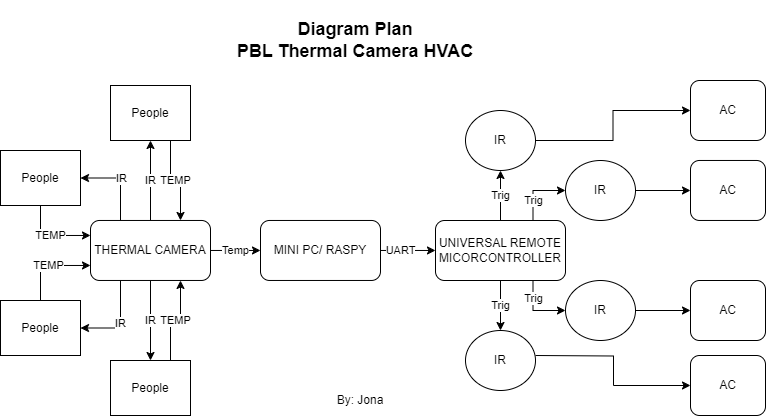
The draw.io diagram doc/img/diagram_plan.png in robotjaol/thermal_cam_HVAC, before a commit. Source tidied: cells renumbered, new cells last; positions are measured from the earlier drawing's top-left corner, leaving out a move shared by most shapes. Its diagram source:
```xml
<mxGraphModel>
  <root>
    <mxCell id="0" />
    <mxCell id="1" parent="0" />
    <mxCell id="2" value="Temp" style="edgeStyle=orthogonalEdgeStyle;rounded=0;jettySize=auto;html=1;" parent="1" edge="1" source="7" target="9">
      <mxGeometry relative="1" as="geometry" />
    </mxCell>
    <mxCell id="3" value="IR" style="edgeStyle=orthogonalEdgeStyle;rounded=0;jettySize=auto;html=1;exitX=0.5;exitY=0;exitDx=0;exitDy=0;" parent="1" edge="1" source="7" target="33">
      <mxGeometry relative="1" as="geometry" />
    </mxCell>
    <mxCell id="4" value="IR" style="edgeStyle=orthogonalEdgeStyle;rounded=0;jettySize=auto;html=1;exitX=0.25;exitY=0;exitDx=0;exitDy=0;entryX=1;entryY=0.5;entryDx=0;entryDy=0;" parent="1" edge="1" source="7" target="35">
      <mxGeometry relative="1" as="geometry" />
    </mxCell>
    <mxCell id="5" value="IR" style="edgeStyle=orthogonalEdgeStyle;rounded=0;jettySize=auto;html=1;exitX=0.25;exitY=1;exitDx=0;exitDy=0;entryX=1;entryY=0.5;entryDx=0;entryDy=0;" parent="1" edge="1" source="7" target="31">
      <mxGeometry relative="1" as="geometry" />
    </mxCell>
    <mxCell id="6" value="IR" style="edgeStyle=orthogonalEdgeStyle;rounded=0;jettySize=auto;html=1;exitX=0.5;exitY=1;exitDx=0;exitDy=0;entryX=0.5;entryY=0;entryDx=0;entryDy=0;" parent="1" edge="1" source="7" target="29">
      <mxGeometry relative="1" as="geometry" />
    </mxCell>
    <mxCell id="7" value="THERMAL CAMERA" style="rounded=1;whiteSpace=wrap;html=1;" parent="1" vertex="1">
      <mxGeometry x="90" y="220" width="120" height="60" as="geometry" />
    </mxCell>
    <mxCell id="8" value="UART" style="edgeStyle=orthogonalEdgeStyle;rounded=0;jettySize=auto;html=1;" parent="1" edge="1" source="9" target="14">
      <mxGeometry x="-0.27" relative="1" as="geometry" />
    </mxCell>
    <mxCell id="9" value="MINI PC/ RASPY" style="rounded=1;whiteSpace=wrap;html=1;" parent="1" vertex="1">
      <mxGeometry x="260" y="220" width="120" height="60" as="geometry" />
    </mxCell>
    <mxCell id="10" value="Trig" style="edgeStyle=orthogonalEdgeStyle;rounded=0;jettySize=auto;html=1;exitX=0.5;exitY=0;exitDx=0;exitDy=0;" parent="1" edge="1" source="14" target="20">
      <mxGeometry relative="1" as="geometry" />
    </mxCell>
    <mxCell id="11" value="Trig" style="edgeStyle=orthogonalEdgeStyle;rounded=0;jettySize=auto;html=1;exitX=0.5;exitY=1;exitDx=0;exitDy=0;entryX=0.5;entryY=0;entryDx=0;entryDy=0;" parent="1" edge="1" source="14" target="16">
      <mxGeometry relative="1" as="geometry" />
    </mxCell>
    <mxCell id="12" value="Trig" style="edgeStyle=orthogonalEdgeStyle;rounded=0;jettySize=auto;html=1;exitX=0.75;exitY=0;exitDx=0;exitDy=0;entryX=0;entryY=0.5;entryDx=0;entryDy=0;" parent="1" edge="1" source="14" target="24">
      <mxGeometry x="-0.36" relative="1" as="geometry" />
    </mxCell>
    <mxCell id="13" value="Trig" style="edgeStyle=orthogonalEdgeStyle;rounded=0;jettySize=auto;html=1;exitX=0.75;exitY=1;exitDx=0;exitDy=0;entryX=0;entryY=0.5;entryDx=0;entryDy=0;" parent="1" edge="1" source="14" target="18">
      <mxGeometry x="-0.41" relative="1" as="geometry" />
    </mxCell>
    <mxCell id="14" value="UNIVERSAL REMOTE&lt;br&gt;MICORCONTROLLER" style="rounded=1;whiteSpace=wrap;html=1;" parent="1" vertex="1">
      <mxGeometry x="435" y="220" width="130" height="60" as="geometry" />
    </mxCell>
    <mxCell id="15" style="edgeStyle=orthogonalEdgeStyle;rounded=0;jettySize=auto;html=1;exitX=1;exitY=0.5;exitDx=0;exitDy=0;entryX=0;entryY=0.5;entryDx=0;entryDy=0;" parent="1" edge="1" target="25">
      <mxGeometry relative="1" as="geometry">
        <mxPoint x="535" y="355" as="sourcePoint" />
      </mxGeometry>
    </mxCell>
    <mxCell id="16" value="IR" style="ellipse;whiteSpace=wrap;html=1;" parent="1" vertex="1">
      <mxGeometry x="465" y="330" width="70" height="60" as="geometry" />
    </mxCell>
    <mxCell id="17" style="edgeStyle=orthogonalEdgeStyle;rounded=0;jettySize=auto;html=1;exitX=1;exitY=0.5;exitDx=0;exitDy=0;entryX=0;entryY=0.5;entryDx=0;entryDy=0;" parent="1" edge="1" source="18" target="21">
      <mxGeometry relative="1" as="geometry" />
    </mxCell>
    <mxCell id="18" value="IR" style="ellipse;whiteSpace=wrap;html=1;" parent="1" vertex="1">
      <mxGeometry x="565" y="280" width="70" height="60" as="geometry" />
    </mxCell>
    <mxCell id="19" style="edgeStyle=orthogonalEdgeStyle;rounded=0;jettySize=auto;html=1;exitX=1;exitY=0.5;exitDx=0;exitDy=0;entryX=0;entryY=0.5;entryDx=0;entryDy=0;" parent="1" edge="1" source="20" target="26">
      <mxGeometry relative="1" as="geometry" />
    </mxCell>
    <mxCell id="20" value="IR" style="ellipse;whiteSpace=wrap;html=1;" parent="1" vertex="1">
      <mxGeometry x="465" y="110" width="70" height="60" as="geometry" />
    </mxCell>
    <mxCell id="21" value="AC" style="rounded=1;whiteSpace=wrap;html=1;" parent="1" vertex="1">
      <mxGeometry x="690" y="280" width="75" height="60" as="geometry" />
    </mxCell>
    <mxCell id="22" value="&lt;div&gt;&lt;span style=&quot;font-size: 18px;&quot;&gt;&lt;b&gt;Diagram Plan&lt;/b&gt;&lt;/span&gt;&lt;/div&gt;&lt;b&gt;&lt;font style=&quot;font-size: 18px;&quot;&gt;PBL Thermal Camera HVAC&lt;/font&gt;&lt;/b&gt;" style="text;html=1;align=center;verticalAlign=middle;whiteSpace=wrap;rounded=0;" parent="1" vertex="1">
      <mxGeometry x="230" width="250" height="80" as="geometry" />
    </mxCell>
    <mxCell id="23" style="edgeStyle=orthogonalEdgeStyle;rounded=0;jettySize=auto;html=1;exitX=1;exitY=0.5;exitDx=0;exitDy=0;" parent="1" edge="1" source="24" target="27">
      <mxGeometry relative="1" as="geometry" />
    </mxCell>
    <mxCell id="24" value="IR" style="ellipse;whiteSpace=wrap;html=1;" parent="1" vertex="1">
      <mxGeometry x="565" y="160" width="70" height="60" as="geometry" />
    </mxCell>
    <mxCell id="25" value="AC" style="rounded=1;whiteSpace=wrap;html=1;" parent="1" vertex="1">
      <mxGeometry x="690" y="355" width="75" height="60" as="geometry" />
    </mxCell>
    <mxCell id="26" value="AC" style="rounded=1;whiteSpace=wrap;html=1;" parent="1" vertex="1">
      <mxGeometry x="690" y="80" width="75" height="60" as="geometry" />
    </mxCell>
    <mxCell id="27" value="AC" style="rounded=1;whiteSpace=wrap;html=1;" parent="1" vertex="1">
      <mxGeometry x="690" y="160" width="75" height="60" as="geometry" />
    </mxCell>
    <mxCell id="28" value="TEMP" style="edgeStyle=orthogonalEdgeStyle;rounded=0;jettySize=auto;html=1;exitX=0.75;exitY=0;exitDx=0;exitDy=0;entryX=0.75;entryY=1;entryDx=0;entryDy=0;" parent="1" edge="1" source="29" target="7">
      <mxGeometry relative="1" as="geometry" />
    </mxCell>
    <mxCell id="29" value="People" style="rounded=0;whiteSpace=wrap;html=1;" parent="1" vertex="1">
      <mxGeometry x="110" y="360" width="80" height="55" as="geometry" />
    </mxCell>
    <mxCell id="30" value="TEMP" style="edgeStyle=orthogonalEdgeStyle;rounded=0;jettySize=auto;html=1;exitX=0.5;exitY=0;exitDx=0;exitDy=0;entryX=0;entryY=0.75;entryDx=0;entryDy=0;" parent="1" edge="1" source="31" target="7">
      <mxGeometry relative="1" as="geometry" />
    </mxCell>
    <mxCell id="31" value="People" style="rounded=0;whiteSpace=wrap;html=1;" parent="1" vertex="1">
      <mxGeometry y="300" width="80" height="55" as="geometry" />
    </mxCell>
    <mxCell id="32" value="TEMP" style="edgeStyle=orthogonalEdgeStyle;rounded=0;jettySize=auto;html=1;exitX=0.75;exitY=1;exitDx=0;exitDy=0;entryX=0.75;entryY=0;entryDx=0;entryDy=0;" parent="1" edge="1" source="33" target="7">
      <mxGeometry relative="1" as="geometry" />
    </mxCell>
    <mxCell id="33" value="People" style="rounded=0;whiteSpace=wrap;html=1;" parent="1" vertex="1">
      <mxGeometry x="110" y="85" width="80" height="55" as="geometry" />
    </mxCell>
    <mxCell id="34" value="TEMP" style="edgeStyle=orthogonalEdgeStyle;rounded=0;jettySize=auto;html=1;exitX=0.5;exitY=1;exitDx=0;exitDy=0;entryX=0;entryY=0.25;entryDx=0;entryDy=0;" parent="1" edge="1" source="35" target="7">
      <mxGeometry relative="1" as="geometry" />
    </mxCell>
    <mxCell id="35" value="People" style="rounded=0;whiteSpace=wrap;html=1;" parent="1" vertex="1">
      <mxGeometry y="150" width="80" height="55" as="geometry" />
    </mxCell>
    <mxCell id="36" value="By: Jona" style="text;html=1;align=center;verticalAlign=middle;whiteSpace=wrap;rounded=0;" parent="1" vertex="1">
      <mxGeometry x="330" y="385" width="60" height="30" as="geometry" />
    </mxCell>
  </root>
</mxGraphModel>
```
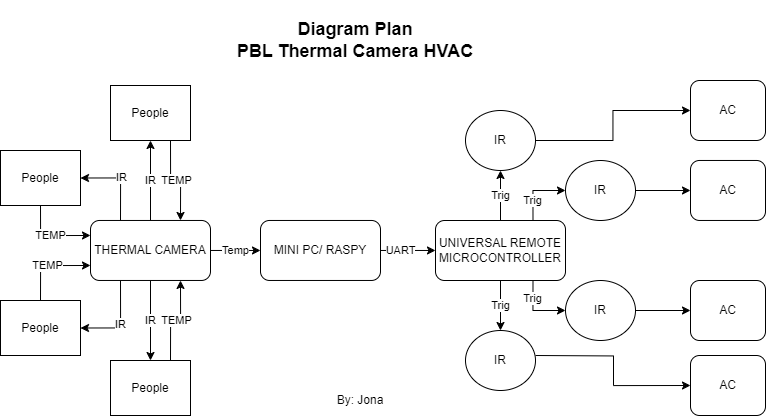
The same file after the commit.

Diff of the diagram source:
```diff
@@ -38,7 +38,7 @@
     <mxCell id="13" value="Trig" style="edgeStyle=orthogonalEdgeStyle;rounded=0;jettySize=auto;html=1;exitX=0.75;exitY=1;exitDx=0;exitDy=0;entryX=0;entryY=0.5;entryDx=0;entryDy=0;" parent="1" edge="1" source="14" target="18">
       <mxGeometry x="-0.41" relative="1" as="geometry" />
     </mxCell>
-    <mxCell id="14" value="UNIVERSAL REMOTE&lt;br&gt;MICORCONTROLLER" style="rounded=1;whiteSpace=wrap;html=1;" parent="1" vertex="1">
+    <mxCell id="14" value="UNIVERSAL REMOTE&lt;br&gt;MICROCONTROLLER" style="rounded=1;whiteSpace=wrap;html=1;" parent="1" vertex="1">
       <mxGeometry x="435" y="220" width="130" height="60" as="geometry" />
     </mxCell>
     <mxCell id="15" style="edgeStyle=orthogonalEdgeStyle;rounded=0;jettySize=auto;html=1;exitX=1;exitY=0.5;exitDx=0;exitDy=0;entryX=0;entryY=0.5;entryDx=0;entryDy=0;" parent="1" edge="1" target="25">
```
